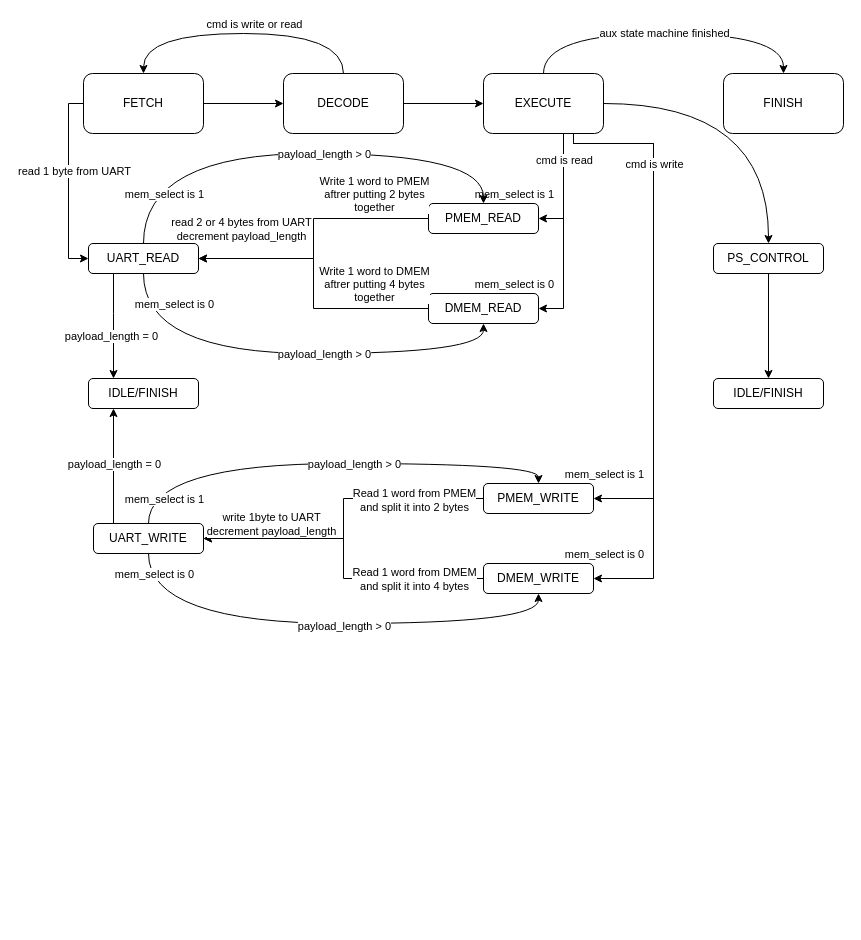
Earlier version of the draw.io diagram MemoryController.drawio (PetruMicu/CPU_PipelineCore). Source tidied: cells renumbered, new cells numbered last; positions are measured from the earlier drawing's top-left corner, leaving out a move shared by most shapes. Both pictures are drawn from the tidied source at 100%, with x=0, y=0 at pixel (68, 33).
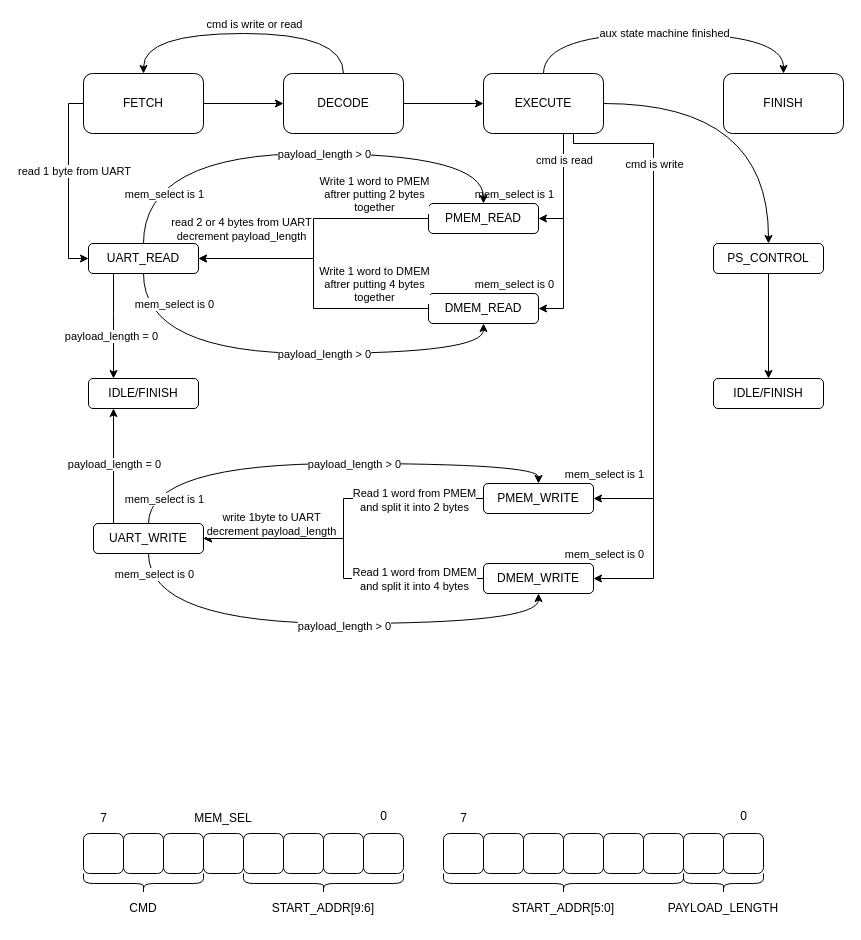
Above is the later version.

The edit, as a diff of the source:
```diff
@@
+    <mxCell id="62" style="rounded=1;whiteSpace=wrap;html=1;" parent="1" vertex="1">
+      <mxGeometry x="15" y="800" width="40" height="40" as="geometry" />
+    </mxCell>
+    <mxCell id="63" style="rounded=1;whiteSpace=wrap;html=1;" parent="1" vertex="1">
+      <mxGeometry x="55" y="800" width="40" height="40" as="geometry" />
+    </mxCell>
+    <mxCell id="64" style="rounded=1;whiteSpace=wrap;html=1;" parent="1" vertex="1">
+      <mxGeometry x="95" y="800" width="40" height="40" as="geometry" />
+    </mxCell>
+    <mxCell id="65" style="rounded=1;whiteSpace=wrap;html=1;" parent="1" vertex="1">
+      <mxGeometry x="135" y="800" width="40" height="40" as="geometry" />
+    </mxCell>
+    <mxCell id="66" style="rounded=1;whiteSpace=wrap;html=1;" parent="1" vertex="1">
+      <mxGeometry x="175" y="800" width="40" height="40" as="geometry" />
+    </mxCell>
+    <mxCell id="67" style="rounded=1;whiteSpace=wrap;html=1;" parent="1" vertex="1">
+      <mxGeometry x="215" y="800" width="40" height="40" as="geometry" />
+    </mxCell>
+    <mxCell id="68" style="rounded=1;whiteSpace=wrap;html=1;" parent="1" vertex="1">
+      <mxGeometry x="255" y="800" width="40" height="40" as="geometry" />
+    </mxCell>
+    <mxCell id="69" style="rounded=1;whiteSpace=wrap;html=1;" parent="1" vertex="1">
+      <mxGeometry x="295" y="800" width="40" height="40" as="geometry" />
+    </mxCell>
+    <mxCell id="70" value="7" style="text;html=1;align=center;verticalAlign=middle;strokeColor=none;fillColor=none;" parent="1" vertex="1">
+      <mxGeometry x="20" y="770" width="30" height="30" as="geometry" />
+    </mxCell>
+    <mxCell id="71" value="0" style="text;html=1;align=center;verticalAlign=middle;strokeColor=none;fillColor=none;" parent="1" vertex="1">
+      <mxGeometry x="300" y="768" width="30" height="30" as="geometry" />
+    </mxCell>
+    <mxCell id="72" value="CMD" style="text;html=1;strokeColor=none;fillColor=none;align=center;verticalAlign=middle;whiteSpace=wrap;rounded=0;" parent="1" vertex="1">
+      <mxGeometry x="15" y="860" width="120" height="30" as="geometry" />
+    </mxCell>
+    <mxCell id="73" style="shape=curlyBracket;whiteSpace=wrap;html=1;rounded=1;flipH=1;labelPosition=right;verticalLabelPosition=middle;align=left;verticalAlign=middle;rotation=90;" parent="1" vertex="1">
+      <mxGeometry x="65" y="790" width="20" height="120" as="geometry" />
+    </mxCell>
+    <mxCell id="74" value="MEM_SEL&lt;br&gt;" style="text;html=1;strokeColor=none;fillColor=none;align=center;verticalAlign=middle;whiteSpace=wrap;rounded=0;" parent="1" vertex="1">
+      <mxGeometry x="135" y="760" width="40" height="50" as="geometry" />
+    </mxCell>
+    <mxCell id="75" style="shape=curlyBracket;whiteSpace=wrap;html=1;rounded=1;flipH=1;labelPosition=right;verticalLabelPosition=middle;align=left;verticalAlign=middle;rotation=90;" parent="1" vertex="1">
+      <mxGeometry x="245" y="770" width="20" height="160" as="geometry" />
+    </mxCell>
+    <mxCell id="76" value="START_ADDR[9:6]" style="text;html=1;strokeColor=none;fillColor=none;align=center;verticalAlign=middle;whiteSpace=wrap;rounded=0;" parent="1" vertex="1">
+      <mxGeometry x="195" y="860" width="120" height="30" as="geometry" />
+    </mxCell>
+    <mxCell id="77" style="rounded=1;whiteSpace=wrap;html=1;" parent="1" vertex="1">
+      <mxGeometry x="375" y="800" width="40" height="40" as="geometry" />
+    </mxCell>
+    <mxCell id="78" style="rounded=1;whiteSpace=wrap;html=1;" parent="1" vertex="1">
+      <mxGeometry x="415" y="800" width="40" height="40" as="geometry" />
+    </mxCell>
+    <mxCell id="79" style="rounded=1;whiteSpace=wrap;html=1;" parent="1" vertex="1">
+      <mxGeometry x="455" y="800" width="40" height="40" as="geometry" />
+    </mxCell>
+    <mxCell id="80" style="rounded=1;whiteSpace=wrap;html=1;" parent="1" vertex="1">
+      <mxGeometry x="495" y="800" width="40" height="40" as="geometry" />
+    </mxCell>
+    <mxCell id="81" style="rounded=1;whiteSpace=wrap;html=1;" parent="1" vertex="1">
+      <mxGeometry x="535" y="800" width="40" height="40" as="geometry" />
+    </mxCell>
+    <mxCell id="82" style="rounded=1;whiteSpace=wrap;html=1;" parent="1" vertex="1">
+      <mxGeometry x="575" y="800" width="40" height="40" as="geometry" />
+    </mxCell>
+    <mxCell id="83" style="rounded=1;whiteSpace=wrap;html=1;" parent="1" vertex="1">
+      <mxGeometry x="615" y="800" width="40" height="40" as="geometry" />
+    </mxCell>
+    <mxCell id="84" style="rounded=1;whiteSpace=wrap;html=1;" parent="1" vertex="1">
+      <mxGeometry x="655" y="800" width="40" height="40" as="geometry" />
+    </mxCell>
+    <mxCell id="85" value="7" style="text;html=1;align=center;verticalAlign=middle;strokeColor=none;fillColor=none;" parent="1" vertex="1">
+      <mxGeometry x="380" y="770" width="30" height="30" as="geometry" />
+    </mxCell>
+    <mxCell id="86" value="0" style="text;html=1;align=center;verticalAlign=middle;strokeColor=none;fillColor=none;" parent="1" vertex="1">
+      <mxGeometry x="660" y="768" width="30" height="30" as="geometry" />
+    </mxCell>
+    <mxCell id="87" value="START_ADDR[5:0]" style="text;html=1;strokeColor=none;fillColor=none;align=center;verticalAlign=middle;whiteSpace=wrap;rounded=0;" parent="1" vertex="1">
+      <mxGeometry x="435" y="860" width="120" height="30" as="geometry" />
+    </mxCell>
+    <mxCell id="88" style="shape=curlyBracket;whiteSpace=wrap;html=1;rounded=1;flipH=1;labelPosition=right;verticalLabelPosition=middle;align=left;verticalAlign=middle;rotation=90;" parent="1" vertex="1">
+      <mxGeometry x="485" y="730" width="20" height="240" as="geometry" />
+    </mxCell>
+    <mxCell id="89" style="shape=curlyBracket;whiteSpace=wrap;html=1;rounded=1;flipH=1;labelPosition=right;verticalLabelPosition=middle;align=left;verticalAlign=middle;rotation=90;" parent="1" vertex="1">
+      <mxGeometry x="645" y="810" width="20" height="80" as="geometry" />
+    </mxCell>
+    <mxCell id="90" value="PAYLOAD_LENGTH" style="text;html=1;strokeColor=none;fillColor=none;align=center;verticalAlign=middle;whiteSpace=wrap;rounded=0;" parent="1" vertex="1">
+      <mxGeometry x="595" y="860" width="120" height="30" as="geometry" />
+    </mxCell>
```
